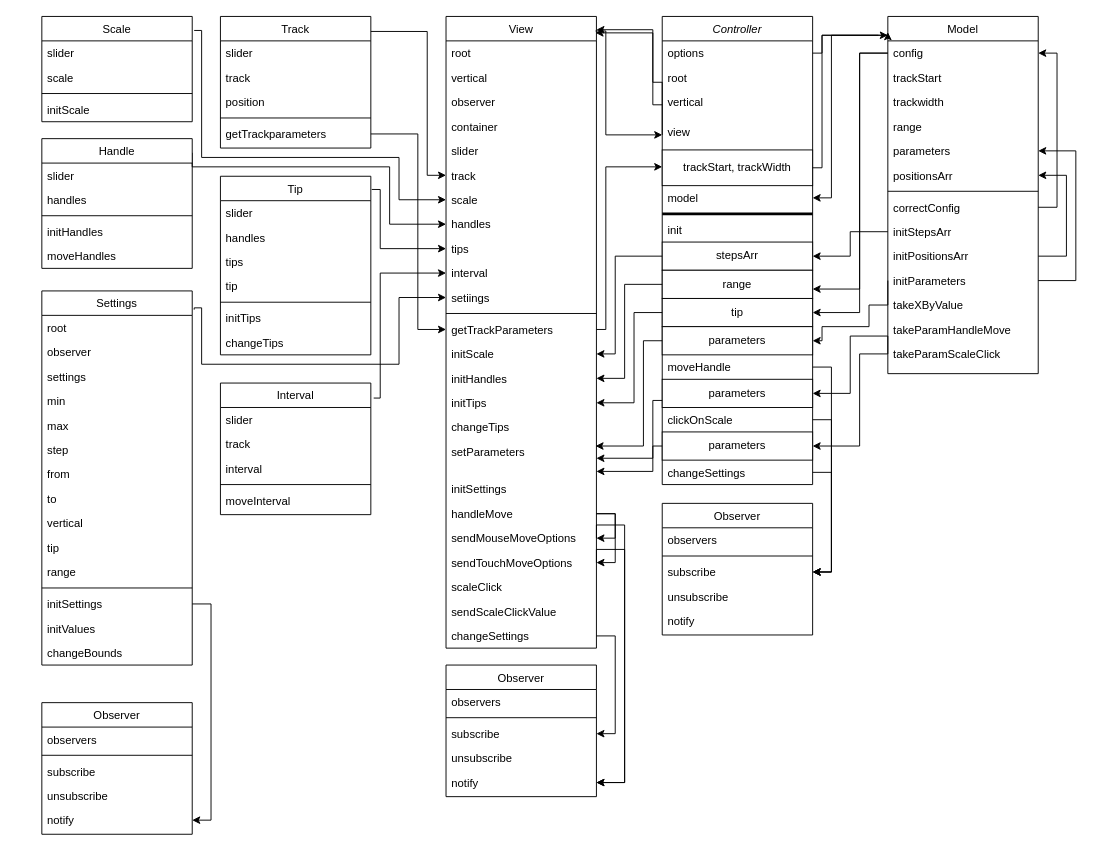
Before: Untitled Diagram.drawio in galiaMuslimova/Slider, a draw.io diagram. Source tidied: cells renumbered, new cells numbered last; positions are measured from the earlier drawing's top-left corner, leaving out a move shared by most shapes. Both pictures are drawn from the tidied source at 94%, with x=0, y=0 at pixel (41, 16).
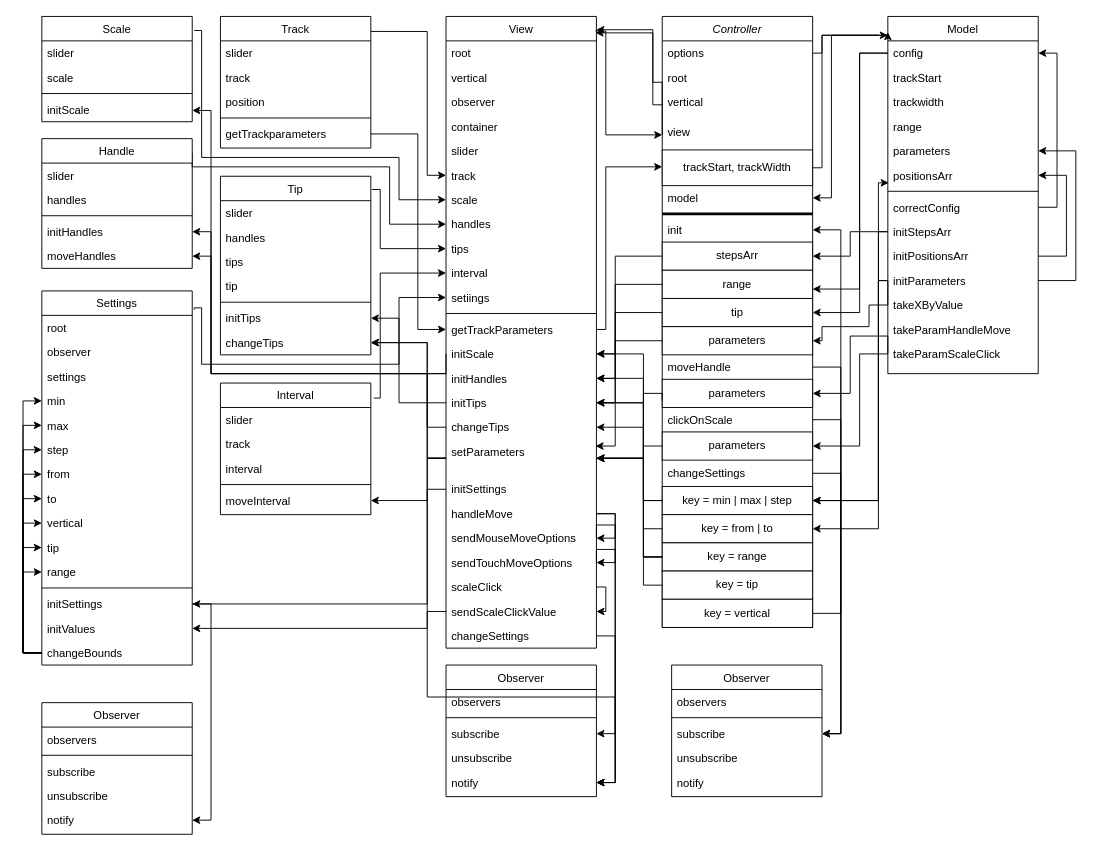
After the change.

Unchanged cells that the change refers to:
```xml
<mxCell id="2" value="View" style="swimlane;fontStyle=0;align=center;verticalAlign=top;horizontal=1;startSize=26;rounded=0;shadow=0;strokeWidth=1;" parent="1" vertex="1">
<mxCell id="16" value="initScale" style="text;align=left;verticalAlign=top;spacingLeft=4;spacingRight=4;overflow=hidden;points=[[0,0.5],[1,0.5]];portConstraint=eastwest;" parent="2" vertex="1">
<mxCell id="17" value="initHandles" style="text;align=left;verticalAlign=top;spacingLeft=4;spacingRight=4;overflow=hidden;points=[[0,0.5],[1,0.5]];portConstraint=eastwest;" parent="2" vertex="1">
<mxCell id="18" value="initTips" style="text;align=left;verticalAlign=top;spacingLeft=4;spacingRight=4;overflow=hidden;points=[[0,0.5],[1,0.5]];portConstraint=eastwest;" parent="2" vertex="1">
<mxCell id="19" value="changeTips" style="text;align=left;verticalAlign=top;spacingLeft=4;spacingRight=4;overflow=hidden;points=[[0,0.5],[1,0.5]];portConstraint=eastwest;" parent="2" vertex="1">
<mxCell id="20" value="setParameters" style="text;align=left;verticalAlign=top;spacingLeft=4;spacingRight=4;overflow=hidden;points=[[0,0.5],[1,0.5]];portConstraint=eastwest;" parent="2" vertex="1">
<mxCell id="21" value="initSettings" style="text;align=left;verticalAlign=top;spacingLeft=4;spacingRight=4;overflow=hidden;points=[[0,0.5],[1,0.5]];portConstraint=eastwest;" parent="2" vertex="1">
<mxCell id="25" value="sendMouseMoveOptions" style="text;align=left;verticalAlign=top;spacingLeft=4;spacingRight=4;overflow=hidden;points=[[0,0.5],[1,0.5]];portConstraint=eastwest;" parent="2" vertex="1">
<mxCell id="26" value="sendTouchMoveOptions" style="text;align=left;verticalAlign=top;spacingLeft=4;spacingRight=4;overflow=hidden;points=[[0,0.5],[1,0.5]];portConstraint=eastwest;" parent="2" vertex="1">
<mxCell id="27" value="scaleClick" style="text;align=left;verticalAlign=top;spacingLeft=4;spacingRight=4;overflow=hidden;points=[[0,0.5],[1,0.5]];portConstraint=eastwest;" parent="2" vertex="1">
<mxCell id="28" value="sendScaleClickValue" style="text;align=left;verticalAlign=top;spacingLeft=4;spacingRight=4;overflow=hidden;points=[[0,0.5],[1,0.5]];portConstraint=eastwest;" parent="2" vertex="1">
<mxCell id="37" value="positionsArr" style="text;align=left;verticalAlign=top;spacingLeft=4;spacingRight=4;overflow=hidden;points=[[0,0.5],[1,0.5]];portConstraint=eastwest;" parent="31" vertex="1">
<mxCell id="41" value="initStepsArr" style="text;align=left;verticalAlign=top;spacingLeft=4;spacingRight=4;overflow=hidden;points=[[0,0.5],[1,0.5]];portConstraint=eastwest;rounded=0;shadow=0;html=0;" parent="31" vertex="1">
<mxCell id="45" value="initParameters" style="text;align=left;verticalAlign=top;spacingLeft=4;spacingRight=4;overflow=hidden;points=[[0,0.5],[1,0.5]];portConstraint=eastwest;rounded=0;shadow=0;html=0;" parent="31" vertex="1">
<mxCell id="57" value="init" style="text;align=left;verticalAlign=top;spacingLeft=4;spacingRight=4;overflow=hidden;points=[[0,0.5],[1,0.5]];portConstraint=eastwest;" parent="49" vertex="1">
<mxCell id="59" value="range" style="rounded=0;whiteSpace=wrap;html=1;" parent="49" vertex="1">
<mxCell id="60" value="tip" style="rounded=0;whiteSpace=wrap;html=1;" parent="49" vertex="1">
<mxCell id="61" value="parameters" style="rounded=0;whiteSpace=wrap;html=1;" parent="49" vertex="1">
<mxCell id="63" value="parameters" style="rounded=0;whiteSpace=wrap;html=1;" parent="49" vertex="1">
<mxCell id="65" value="parameters" style="rounded=0;whiteSpace=wrap;html=1;" parent="49" vertex="1">
<mxCell id="94" value="notify" style="text;align=left;verticalAlign=top;spacingLeft=4;spacingRight=4;overflow=hidden;points=[[0,0.5],[1,0.5]];portConstraint=eastwest;rounded=0;shadow=0;html=0;" parent="89" vertex="1">
<mxCell id="114" value="initHandles" style="text;align=left;verticalAlign=top;spacingLeft=4;spacingRight=4;overflow=hidden;points=[[0,0.5],[1,0.5]];portConstraint=eastwest;rounded=0;shadow=0;html=0;" parent="110" vertex="1">
<mxCell id="115" value="moveHandles" style="text;align=left;verticalAlign=top;spacingLeft=4;spacingRight=4;overflow=hidden;points=[[0,0.5],[1,0.5]];portConstraint=eastwest;rounded=0;shadow=0;html=0;" parent="110" vertex="1">
<mxCell id="122" value="initTips" style="text;align=left;verticalAlign=top;spacingLeft=4;spacingRight=4;overflow=hidden;points=[[0,0.5],[1,0.5]];portConstraint=eastwest;rounded=0;shadow=0;html=0;" parent="116" vertex="1">
<mxCell id="123" value="changeTips" style="text;align=left;verticalAlign=top;spacingLeft=4;spacingRight=4;overflow=hidden;points=[[0,0.5],[1,0.5]];portConstraint=eastwest;rounded=0;shadow=0;html=0;" parent="116" vertex="1">
<mxCell id="130" value="moveInterval" style="text;align=left;verticalAlign=top;spacingLeft=4;spacingRight=4;overflow=hidden;points=[[0,0.5],[1,0.5]];portConstraint=eastwest;rounded=0;shadow=0;html=0;" parent="125" vertex="1">
<mxCell id="133" value="Settings" style="swimlane;fontStyle=0;align=center;verticalAlign=top;horizontal=1;startSize=26;rounded=0;shadow=0;strokeWidth=1;" parent="1" vertex="1">
<mxCell id="137" value="min" style="text;align=left;verticalAlign=top;spacingLeft=4;spacingRight=4;overflow=hidden;points=[[0,0.5],[1,0.5]];portConstraint=eastwest;" parent="133" vertex="1">
<mxCell id="138" value="max" style="text;align=left;verticalAlign=top;spacingLeft=4;spacingRight=4;overflow=hidden;points=[[0,0.5],[1,0.5]];portConstraint=eastwest;" parent="133" vertex="1">
<mxCell id="139" value="step" style="text;align=left;verticalAlign=top;spacingLeft=4;spacingRight=4;overflow=hidden;points=[[0,0.5],[1,0.5]];portConstraint=eastwest;" parent="133" vertex="1">
<mxCell id="140" value="from" style="text;align=left;verticalAlign=top;spacingLeft=4;spacingRight=4;overflow=hidden;points=[[0,0.5],[1,0.5]];portConstraint=eastwest;" parent="133" vertex="1">
<mxCell id="141" value="to" style="text;align=left;verticalAlign=top;spacingLeft=4;spacingRight=4;overflow=hidden;points=[[0,0.5],[1,0.5]];portConstraint=eastwest;" parent="133" vertex="1">
<mxCell id="142" value="vertical" style="text;align=left;verticalAlign=top;spacingLeft=4;spacingRight=4;overflow=hidden;points=[[0,0.5],[1,0.5]];portConstraint=eastwest;" parent="133" vertex="1">
<mxCell id="143" value="tip" style="text;align=left;verticalAlign=top;spacingLeft=4;spacingRight=4;overflow=hidden;points=[[0,0.5],[1,0.5]];portConstraint=eastwest;" parent="133" vertex="1">
<mxCell id="144" value="range" style="text;align=left;verticalAlign=top;spacingLeft=4;spacingRight=4;overflow=hidden;points=[[0,0.5],[1,0.5]];portConstraint=eastwest;" parent="133" vertex="1">
<mxCell id="146" value="initSettings" style="text;align=left;verticalAlign=top;spacingLeft=4;spacingRight=4;overflow=hidden;points=[[0,0.5],[1,0.5]];portConstraint=eastwest;rounded=0;shadow=0;html=0;" parent="133" vertex="1">
<mxCell id="147" value="initValues" style="text;align=left;verticalAlign=top;spacingLeft=4;spacingRight=4;overflow=hidden;points=[[0,0.5],[1,0.5]];portConstraint=eastwest;rounded=0;shadow=0;html=0;" parent="133" vertex="1">
<mxCell id="148" value="changeBounds" style="text;align=left;verticalAlign=top;spacingLeft=4;spacingRight=4;overflow=hidden;points=[[0,0.5],[1,0.5]];portConstraint=eastwest;rounded=0;shadow=0;html=0;" parent="133" vertex="1">
```

Change to the diagram source:
```diff
@@
+    <mxCell id="164" style="edgeStyle=orthogonalEdgeStyle;rounded=0;jettySize=auto;html=1;entryX=1;entryY=0.5;entryDx=0;entryDy=0;" parent="2" edge="1" source="27" target="28">
+      <mxGeometry relative="1" as="geometry">
+        <Array as="points">
+          <mxPoint x="170" y="607" />
+        </Array>
+      </mxGeometry>
+    </mxCell>
@@
     <mxCell id="49" value="Controller" style="swimlane;fontStyle=2;align=center;verticalAlign=top;horizontal=1;startSize=26;rounded=0;shadow=0;strokeWidth=1;" parent="1" vertex="1">
-      <mxGeometry x="660" width="160" height="498" as="geometry" />
+      <mxGeometry x="660" width="160" height="650" as="geometry" />
     </mxCell>
@@
     <mxCell id="66" value="changeSettings" style="text;align=left;verticalAlign=top;spacingLeft=4;spacingRight=4;overflow=hidden;points=[[0,0.5],[1,0.5]];portConstraint=eastwest;" parent="49" vertex="1">
-      <mxGeometry y="472" width="160" height="26" as="geometry" />
+      <mxGeometry y="472" width="160" height="28" as="geometry" />
     </mxCell>
+    <mxCell id="165" value="key = min | max | step" style="rounded=0;whiteSpace=wrap;html=1;" parent="49" vertex="1">
+      <mxGeometry y="500" width="160" height="30" as="geometry" />
+    </mxCell>
+    <mxCell id="166" value="key = from | to" style="rounded=0;whiteSpace=wrap;html=1;" parent="49" vertex="1">
+      <mxGeometry y="530" width="160" height="30" as="geometry" />
+    </mxCell>
+    <mxCell id="167" value="key = range" style="rounded=0;whiteSpace=wrap;html=1;" parent="49" vertex="1">
+      <mxGeometry y="560" width="160" height="30" as="geometry" />
+    </mxCell>
+    <mxCell id="168" value="key = tip" style="rounded=0;whiteSpace=wrap;html=1;" parent="49" vertex="1">
+      <mxGeometry y="590" width="160" height="30" as="geometry" />
+    </mxCell>
+    <mxCell id="169" style="edgeStyle=orthogonalEdgeStyle;rounded=0;jettySize=auto;html=1;entryX=1;entryY=0.5;entryDx=0;entryDy=0;" parent="49" edge="1" source="170" target="57">
+      <mxGeometry relative="1" as="geometry">
+        <Array as="points">
+          <mxPoint x="190" y="635" />
+          <mxPoint x="190" y="227" />
+        </Array>
+      </mxGeometry>
+    </mxCell>
+    <mxCell id="170" value="key = vertical" style="rounded=0;whiteSpace=wrap;html=1;fontStyle=0;" parent="49" vertex="1">
+      <mxGeometry y="620" width="160" height="30" as="geometry" />
+    </mxCell>
@@
     <mxCell id="75" style="edgeStyle=orthogonalEdgeStyle;rounded=0;jettySize=auto;html=1;entryX=1;entryY=0.5;entryDx=0;entryDy=0;" parent="1" edge="1" source="59" target="17">
       <mxGeometry relative="1" as="geometry">
         <Array as="points">
-          <mxPoint x="620" y="285" />
-          <mxPoint x="620" y="385" />
+          <mxPoint x="610" y="285" />
+          <mxPoint x="610" y="385" />
         </Array>
       </mxGeometry>
     </mxCell>
@@
     <mxCell id="78" style="edgeStyle=orthogonalEdgeStyle;rounded=0;jettySize=auto;html=1;exitX=0;exitY=0.5;exitDx=0;exitDy=0;entryX=1;entryY=0.5;entryDx=0;entryDy=0;" parent="1" edge="1" source="60" target="18">
       <mxGeometry relative="1" as="geometry">
         <Array as="points">
-          <mxPoint x="630" y="315" />
-          <mxPoint x="630" y="411" />
+          <mxPoint x="610" y="315" />
+          <mxPoint x="610" y="411" />
         </Array>
       </mxGeometry>
     </mxCell>
@@
     <mxCell id="80" value="Observer" style="swimlane;fontStyle=0;align=center;verticalAlign=top;horizontal=1;startSize=26;rounded=0;shadow=0;strokeWidth=1;" parent="1" vertex="1">
-      <mxGeometry x="660" y="518" width="160" height="140" as="geometry" />
+      <mxGeometry x="670" y="690" width="160" height="140" as="geometry" />
     </mxCell>
@@
+    <mxCell id="171" style="edgeStyle=orthogonalEdgeStyle;rounded=0;jettySize=auto;html=1;entryX=0;entryY=0.5;entryDx=0;entryDy=0;" parent="133" edge="1" source="148" target="137">
+      <mxGeometry relative="1" as="geometry" />
+    </mxCell>
+    <mxCell id="172" style="edgeStyle=orthogonalEdgeStyle;rounded=0;jettySize=auto;html=1;entryX=0;entryY=0.5;entryDx=0;entryDy=0;" parent="133" edge="1" source="148" target="138">
+      <mxGeometry relative="1" as="geometry" />
+    </mxCell>
+    <mxCell id="173" style="edgeStyle=orthogonalEdgeStyle;rounded=0;jettySize=auto;html=1;entryX=0;entryY=0.5;entryDx=0;entryDy=0;" parent="133" edge="1" source="148" target="139">
+      <mxGeometry relative="1" as="geometry" />
+    </mxCell>
+    <mxCell id="174" style="edgeStyle=orthogonalEdgeStyle;rounded=0;jettySize=auto;html=1;entryX=0;entryY=0.5;entryDx=0;entryDy=0;" parent="133" edge="1" source="148" target="140">
+      <mxGeometry relative="1" as="geometry" />
+    </mxCell>
+    <mxCell id="175" style="edgeStyle=orthogonalEdgeStyle;rounded=0;jettySize=auto;html=1;entryX=0;entryY=0.5;entryDx=0;entryDy=0;" parent="133" edge="1" source="148" target="141">
+      <mxGeometry relative="1" as="geometry" />
+    </mxCell>
+    <mxCell id="176" style="edgeStyle=orthogonalEdgeStyle;rounded=0;jettySize=auto;html=1;entryX=0;entryY=0.5;entryDx=0;entryDy=0;" parent="133" edge="1" source="148" target="143">
+      <mxGeometry relative="1" as="geometry" />
+    </mxCell>
+    <mxCell id="177" style="edgeStyle=orthogonalEdgeStyle;rounded=0;jettySize=auto;html=1;entryX=0;entryY=0.5;entryDx=0;entryDy=0;" parent="133" edge="1" source="148" target="144">
+      <mxGeometry relative="1" as="geometry" />
+    </mxCell>
+    <mxCell id="178" style="edgeStyle=orthogonalEdgeStyle;rounded=0;jettySize=auto;html=1;entryX=0;entryY=0.5;entryDx=0;entryDy=0;" parent="133" edge="1" source="148" target="142">
+      <mxGeometry relative="1" as="geometry" />
+    </mxCell>
@@
     <mxCell id="157" style="edgeStyle=orthogonalEdgeStyle;rounded=0;jettySize=auto;html=1;exitX=1;exitY=0.5;exitDx=0;exitDy=0;entryX=1;entryY=0.5;entryDx=0;entryDy=0;" parent="1" edge="1" source="25" target="94">
       <mxGeometry relative="1" as="geometry">
         <Array as="points">
-          <mxPoint x="620" y="541" />
-          <mxPoint x="620" y="815" />
+          <mxPoint x="590" y="541" />
+          <mxPoint x="610" y="541" />
+          <mxPoint x="610" y="815" />
         </Array>
       </mxGeometry>
     </mxCell>
     <mxCell id="158" style="edgeStyle=orthogonalEdgeStyle;rounded=0;jettySize=auto;html=1;exitX=1;exitY=0.5;exitDx=0;exitDy=0;entryX=1;entryY=0.5;entryDx=0;entryDy=0;" parent="1" edge="1" source="26" target="94">
       <mxGeometry relative="1" as="geometry">
         <Array as="points">
-          <mxPoint x="620" y="567" />
-          <mxPoint x="620" y="815" />
+          <mxPoint x="590" y="567" />
+          <mxPoint x="610" y="567" />
+          <mxPoint x="610" y="815" />
         </Array>
       </mxGeometry>
     </mxCell>
@@
     <mxCell id="161" style="edgeStyle=orthogonalEdgeStyle;rounded=0;jettySize=auto;html=1;exitX=0;exitY=0.5;exitDx=0;exitDy=0;entryX=0.994;entryY=0.175;entryDx=0;entryDy=0;entryPerimeter=0;" parent="1" edge="1" source="61" target="20">
       <mxGeometry relative="1" as="geometry">
         <Array as="points">
-          <mxPoint x="640" y="345" />
-          <mxPoint x="640" y="457" />
+          <mxPoint x="610" y="345" />
+          <mxPoint x="610" y="457" />
         </Array>
       </mxGeometry>
     </mxCell>
     <mxCell id="162" style="edgeStyle=orthogonalEdgeStyle;rounded=0;jettySize=auto;html=1;exitX=0;exitY=0.75;exitDx=0;exitDy=0;entryX=1;entryY=0.5;entryDx=0;entryDy=0;" parent="1" edge="1" source="63" target="20">
       <mxGeometry relative="1" as="geometry">
         <Array as="points">
-          <mxPoint x="650" y="409" />
-          <mxPoint x="650" y="470" />
+          <mxPoint x="660" y="401" />
+          <mxPoint x="640" y="401" />
+          <mxPoint x="640" y="470" />
         </Array>
       </mxGeometry>
     </mxCell>
     <mxCell id="163" style="edgeStyle=orthogonalEdgeStyle;rounded=0;jettySize=auto;html=1;exitX=0;exitY=0.5;exitDx=0;exitDy=0;" parent="1" edge="1" source="65">
       <mxGeometry relative="1" as="geometry">
-        <mxPoint x="590" y="484" as="targetPoint" />
+        <mxPoint x="590" y="470" as="targetPoint" />
         <Array as="points">
-          <mxPoint x="650" y="457" />
-          <mxPoint x="650" y="484" />
+          <mxPoint x="640" y="457" />
+          <mxPoint x="640" y="470" />
+          <mxPoint x="590" y="470" />
         </Array>
       </mxGeometry>
     </mxCell>
+    <mxCell id="179" style="edgeStyle=orthogonalEdgeStyle;rounded=0;jettySize=auto;html=1;exitX=0;exitY=0.5;exitDx=0;exitDy=0;entryX=1;entryY=0.5;entryDx=0;entryDy=0;" parent="1" edge="1" source="41" target="165">
+      <mxGeometry relative="1" as="geometry">
+        <Array as="points">
+          <mxPoint x="890" y="229" />
+          <mxPoint x="890" y="515" />
+        </Array>
+      </mxGeometry>
+    </mxCell>
+    <mxCell id="180" style="edgeStyle=orthogonalEdgeStyle;rounded=0;jettySize=auto;html=1;exitX=0;exitY=0.5;exitDx=0;exitDy=0;" parent="1" edge="1" source="165" target="16">
+      <mxGeometry relative="1" as="geometry">
+        <Array as="points">
+          <mxPoint x="640" y="515" />
+          <mxPoint x="640" y="359" />
+        </Array>
+      </mxGeometry>
+    </mxCell>
+    <mxCell id="181" style="edgeStyle=orthogonalEdgeStyle;rounded=0;jettySize=auto;html=1;exitX=0;exitY=0.5;exitDx=0;exitDy=0;" parent="1" edge="1" source="16">
+      <mxGeometry relative="1" as="geometry">
+        <mxPoint x="160" y="100" as="targetPoint" />
+        <Array as="points">
+          <mxPoint x="430" y="380" />
+          <mxPoint x="180" y="380" />
+          <mxPoint x="180" y="100" />
+        </Array>
+      </mxGeometry>
+    </mxCell>
+    <mxCell id="182" style="edgeStyle=orthogonalEdgeStyle;rounded=0;jettySize=auto;html=1;entryX=0.006;entryY=0.808;entryDx=0;entryDy=0;entryPerimeter=0;" parent="1" edge="1" source="165" target="37">
+      <mxGeometry relative="1" as="geometry">
+        <Array as="points">
+          <mxPoint x="890" y="515" />
+          <mxPoint x="890" y="177" />
+        </Array>
+      </mxGeometry>
+    </mxCell>
+    <mxCell id="183" style="edgeStyle=orthogonalEdgeStyle;rounded=0;jettySize=auto;html=1;exitX=0;exitY=0.5;exitDx=0;exitDy=0;" parent="1" edge="1" source="45" target="165">
+      <mxGeometry relative="1" as="geometry">
+        <Array as="points">
+          <mxPoint x="890" y="281" />
+          <mxPoint x="890" y="515" />
+        </Array>
+      </mxGeometry>
+    </mxCell>
+    <mxCell id="184" style="edgeStyle=orthogonalEdgeStyle;rounded=0;jettySize=auto;html=1;exitX=0;exitY=0.5;exitDx=0;exitDy=0;" parent="1" edge="1" source="165" target="20">
+      <mxGeometry relative="1" as="geometry">
+        <Array as="points">
+          <mxPoint x="640" y="515" />
+          <mxPoint x="640" y="470" />
+        </Array>
+      </mxGeometry>
+    </mxCell>
+    <mxCell id="185" style="edgeStyle=orthogonalEdgeStyle;rounded=0;jettySize=auto;html=1;entryX=1;entryY=0.5;entryDx=0;entryDy=0;" parent="1" edge="1" source="45" target="166">
+      <mxGeometry relative="1" as="geometry">
+        <Array as="points">
+          <mxPoint x="890" y="281" />
+          <mxPoint x="890" y="545" />
+        </Array>
+      </mxGeometry>
+    </mxCell>
+    <mxCell id="186" style="edgeStyle=orthogonalEdgeStyle;rounded=0;jettySize=auto;html=1;" parent="1" edge="1" source="166" target="20">
+      <mxGeometry relative="1" as="geometry">
+        <Array as="points">
+          <mxPoint x="640" y="545" />
+          <mxPoint x="640" y="470" />
+        </Array>
+      </mxGeometry>
+    </mxCell>
+    <mxCell id="187" style="edgeStyle=orthogonalEdgeStyle;rounded=0;jettySize=auto;html=1;entryX=1;entryY=0.5;entryDx=0;entryDy=0;" parent="1" edge="1" source="167" target="17">
+      <mxGeometry relative="1" as="geometry">
+        <Array as="points">
+          <mxPoint x="640" y="575" />
+          <mxPoint x="640" y="385" />
+        </Array>
+      </mxGeometry>
+    </mxCell>
+    <mxCell id="188" style="edgeStyle=orthogonalEdgeStyle;rounded=0;jettySize=auto;html=1;entryX=1;entryY=0.5;entryDx=0;entryDy=0;" parent="1" edge="1" source="167" target="18">
+      <mxGeometry relative="1" as="geometry">
+        <Array as="points">
+          <mxPoint x="640" y="575" />
+          <mxPoint x="640" y="411" />
+        </Array>
+      </mxGeometry>
+    </mxCell>
+    <mxCell id="189" style="edgeStyle=orthogonalEdgeStyle;rounded=0;jettySize=auto;html=1;" parent="1" edge="1" source="167" target="19">
+      <mxGeometry relative="1" as="geometry">
+        <Array as="points">
+          <mxPoint x="640" y="575" />
+          <mxPoint x="640" y="437" />
+        </Array>
+      </mxGeometry>
+    </mxCell>
+    <mxCell id="190" style="edgeStyle=orthogonalEdgeStyle;rounded=0;jettySize=auto;html=1;entryX=1;entryY=0.5;entryDx=0;entryDy=0;" parent="1" edge="1" source="168" target="18">
+      <mxGeometry relative="1" as="geometry">
+        <Array as="points">
+          <mxPoint x="640" y="605" />
+          <mxPoint x="640" y="411" />
+        </Array>
+      </mxGeometry>
+    </mxCell>
+    <mxCell id="191" style="edgeStyle=orthogonalEdgeStyle;rounded=0;jettySize=auto;html=1;" parent="1" edge="1" source="20" target="115">
+      <mxGeometry relative="1" as="geometry">
+        <Array as="points">
+          <mxPoint x="410" y="470" />
+          <mxPoint x="410" y="380" />
+          <mxPoint x="180" y="380" />
+          <mxPoint x="180" y="255" />
+        </Array>
+      </mxGeometry>
+    </mxCell>
+    <mxCell id="192" style="edgeStyle=orthogonalEdgeStyle;rounded=0;jettySize=auto;html=1;" parent="1" edge="1" source="20" target="123">
+      <mxGeometry relative="1" as="geometry">
+        <Array as="points">
+          <mxPoint x="410" y="470" />
+          <mxPoint x="410" y="347" />
+        </Array>
+      </mxGeometry>
+    </mxCell>
+    <mxCell id="193" style="edgeStyle=orthogonalEdgeStyle;rounded=0;jettySize=auto;html=1;" parent="1" edge="1" source="20" target="130">
+      <mxGeometry relative="1" as="geometry">
+        <Array as="points">
+          <mxPoint x="410" y="470" />
+          <mxPoint x="410" y="515" />
+        </Array>
+      </mxGeometry>
+    </mxCell>
+    <mxCell id="194" style="edgeStyle=orthogonalEdgeStyle;rounded=0;jettySize=auto;html=1;entryX=1;entryY=0.5;entryDx=0;entryDy=0;" parent="1" edge="1" source="20" target="147">
+      <mxGeometry relative="1" as="geometry">
+        <Array as="points">
+          <mxPoint x="410" y="470" />
+          <mxPoint x="410" y="651" />
+        </Array>
+      </mxGeometry>
+    </mxCell>
+    <mxCell id="195" style="edgeStyle=orthogonalEdgeStyle;rounded=0;jettySize=auto;html=1;entryX=1;entryY=0.5;entryDx=0;entryDy=0;" parent="1" edge="1" source="17" target="114">
+      <mxGeometry relative="1" as="geometry">
+        <Array as="points">
+          <mxPoint x="180" y="380" />
+          <mxPoint x="180" y="229" />
+        </Array>
+      </mxGeometry>
+    </mxCell>
+    <mxCell id="196" style="edgeStyle=orthogonalEdgeStyle;rounded=0;jettySize=auto;html=1;entryX=1;entryY=0.5;entryDx=0;entryDy=0;" parent="1" edge="1" source="18" target="122">
+      <mxGeometry relative="1" as="geometry">
+        <Array as="points">
+          <mxPoint x="380" y="411" />
+          <mxPoint x="380" y="321" />
+        </Array>
+      </mxGeometry>
+    </mxCell>
+    <mxCell id="197" style="edgeStyle=orthogonalEdgeStyle;rounded=0;jettySize=auto;html=1;" parent="1" edge="1" source="19" target="123">
+      <mxGeometry relative="1" as="geometry">
+        <Array as="points">
+          <mxPoint x="410" y="437" />
+          <mxPoint x="410" y="347" />
+        </Array>
+      </mxGeometry>
+    </mxCell>
+    <mxCell id="198" style="edgeStyle=orthogonalEdgeStyle;rounded=0;jettySize=auto;html=1;" parent="1" edge="1" source="21" target="146">
+      <mxGeometry relative="1" as="geometry">
+        <Array as="points">
+          <mxPoint x="410" y="503" />
+          <mxPoint x="410" y="625" />
+        </Array>
+      </mxGeometry>
+    </mxCell>
+    <mxCell id="199" style="edgeStyle=orthogonalEdgeStyle;rounded=0;jettySize=auto;html=1;" parent="1" edge="1" source="28" target="94">
+      <mxGeometry relative="1" as="geometry" />
+    </mxCell>
```
